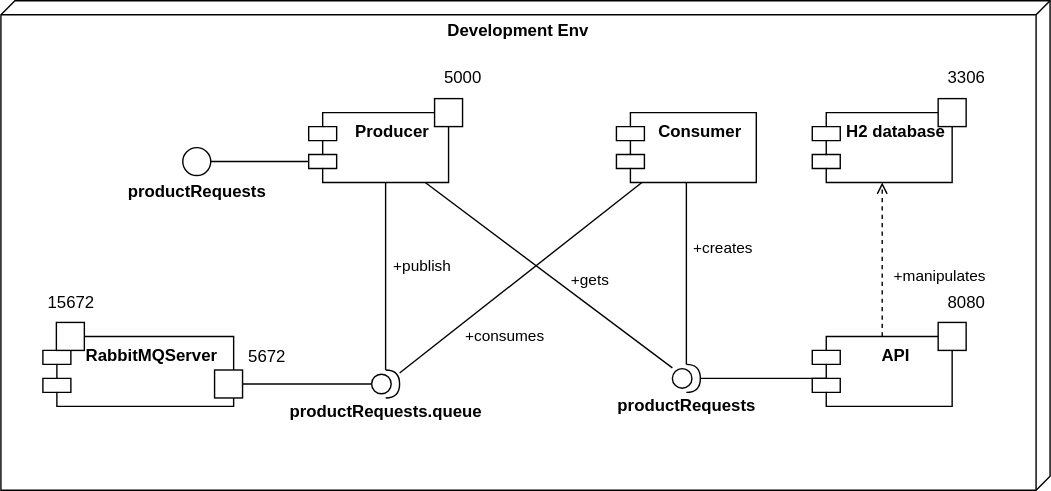
The draw.io diagram aoe/diagrams/sequence_componets_diagrams/diagramas-svg/Componentes.drawio.svg in zahydo/software_engineering_II_lessons, before a commit. Source tidied: cells renumbered, new cells last; positions are measured from the earlier drawing's top-left corner, leaving out a move shared by most shapes. The source it was exported from:
```xml
<mxGraphModel>
  <root>
    <mxCell id="0" />
    <mxCell id="1" parent="0" />
    <mxCell id="2" value="&lt;b&gt;Development Env&lt;/b&gt;" style="verticalAlign=top;align=center;spacingTop=8;spacingLeft=2;spacingRight=12;shape=cube;size=10;direction=south;fontStyle=0;html=1;whiteSpace=wrap;" parent="1" vertex="1">
      <mxGeometry width="750" height="350" as="geometry" />
    </mxCell>
    <mxCell id="3" style="edgeStyle=orthogonalEdgeStyle;rounded=0;jettySize=auto;html=1;endArrow=none;endFill=0;" parent="1" edge="1" source="8" target="17">
      <mxGeometry relative="1" as="geometry">
        <Array as="points">
          <mxPoint x="275" y="190" />
          <mxPoint x="275" y="190" />
        </Array>
      </mxGeometry>
    </mxCell>
    <mxCell id="4" value="+publish" style="edgeLabel;html=1;align=center;verticalAlign=middle;" parent="3" vertex="1">
      <mxGeometry x="0.12" y="-2" relative="1" as="geometry">
        <mxPoint x="23" as="offset" />
      </mxGeometry>
    </mxCell>
    <mxCell id="5" style="edgeStyle=orthogonalEdgeStyle;rounded=0;jettySize=auto;html=1;endArrow=none;endFill=0;" parent="1" edge="1" source="8" target="27">
      <mxGeometry relative="1" as="geometry">
        <Array as="points">
          <mxPoint x="240" y="274" />
          <mxPoint x="240" y="274" />
        </Array>
      </mxGeometry>
    </mxCell>
    <mxCell id="6" style="rounded=0;jettySize=auto;html=1;endArrow=none;endFill=0;" parent="1" edge="1" source="8" target="15">
      <mxGeometry relative="1" as="geometry" />
    </mxCell>
    <mxCell id="7" value="+consumes" style="edgeLabel;html=1;align=center;verticalAlign=middle;" parent="6" vertex="1">
      <mxGeometry x="-0.47" y="2" relative="1" as="geometry">
        <mxPoint x="30" y="11" as="offset" />
      </mxGeometry>
    </mxCell>
    <mxCell id="8" value="&lt;b&gt;productRequests.queue&lt;/b&gt;" style="shape=providedRequiredInterface;html=1;verticalLabelPosition=bottom;sketch=0;" parent="1" vertex="1">
      <mxGeometry x="265" y="264" width="20" height="20" as="geometry" />
    </mxCell>
    <mxCell id="9" style="edgeStyle=orthogonalEdgeStyle;rounded=0;jettySize=auto;html=1;endArrow=none;endFill=0;" parent="1" edge="1" source="14" target="15">
      <mxGeometry relative="1" as="geometry" />
    </mxCell>
    <mxCell id="10" value="+creates" style="edgeLabel;html=1;align=center;verticalAlign=middle;" parent="9" vertex="1">
      <mxGeometry x="0.3" y="-2" relative="1" as="geometry">
        <mxPoint x="23" as="offset" />
      </mxGeometry>
    </mxCell>
    <mxCell id="11" style="edgeStyle=orthogonalEdgeStyle;rounded=0;jettySize=auto;html=1;entryX=0.1;entryY=0.6;entryDx=0;entryDy=0;entryPerimeter=0;endArrow=none;endFill=0;" parent="1" edge="1" source="14" target="23">
      <mxGeometry relative="1" as="geometry" />
    </mxCell>
    <mxCell id="12" style="rounded=0;jettySize=auto;html=1;endArrow=none;endFill=0;" parent="1" edge="1" source="14" target="17">
      <mxGeometry relative="1" as="geometry" />
    </mxCell>
    <mxCell id="13" value="+gets" style="edgeLabel;html=1;align=center;verticalAlign=middle;" parent="12" vertex="1">
      <mxGeometry x="-0.29" y="-1" relative="1" as="geometry">
        <mxPoint x="2" y="-15" as="offset" />
      </mxGeometry>
    </mxCell>
    <mxCell id="14" value="&lt;b&gt;productRequests&lt;/b&gt;" style="shape=providedRequiredInterface;html=1;verticalLabelPosition=bottom;sketch=0;" parent="1" vertex="1">
      <mxGeometry x="480" y="260" width="20" height="20" as="geometry" />
    </mxCell>
    <mxCell id="15" value="&lt;b&gt;Consumer&lt;/b&gt;" style="shape=module;align=left;spacingLeft=20;align=center;verticalAlign=top;whiteSpace=wrap;html=1;gradientColor=none;" parent="1" vertex="1">
      <mxGeometry x="440" y="80" width="100" height="50" as="geometry" />
    </mxCell>
    <mxCell id="16" style="group;" parent="1" vertex="1">
      <mxGeometry x="220" y="70" width="110" height="60" as="geometry" />
    </mxCell>
    <mxCell id="17" value="&lt;b&gt;Producer&lt;/b&gt;" style="shape=module;align=left;spacingLeft=20;align=center;verticalAlign=top;whiteSpace=wrap;html=1;gradientColor=none;" parent="16" vertex="1">
      <mxGeometry y="10" width="100" height="50" as="geometry" />
    </mxCell>
    <mxCell id="18" style="whiteSpace=wrap;html=1;" parent="16" vertex="1">
      <mxGeometry x="90" width="20" height="20" as="geometry" />
    </mxCell>
    <mxCell id="19" style="group;" parent="1" vertex="1">
      <mxGeometry x="580" y="70" width="110" height="60" as="geometry" />
    </mxCell>
    <mxCell id="20" value="&lt;b&gt;H2 database&lt;/b&gt;" style="shape=module;align=left;spacingLeft=20;align=center;verticalAlign=top;whiteSpace=wrap;html=1;gradientColor=none;" parent="19" vertex="1">
      <mxGeometry y="10" width="100" height="50" as="geometry" />
    </mxCell>
    <mxCell id="21" style="whiteSpace=wrap;html=1;" parent="19" vertex="1">
      <mxGeometry x="90" width="20" height="20" as="geometry" />
    </mxCell>
    <mxCell id="22" style="group;" parent="1" vertex="1">
      <mxGeometry x="580" y="230" width="110" height="60" as="geometry" />
    </mxCell>
    <mxCell id="23" value="&lt;b&gt;API&lt;/b&gt;" style="shape=module;align=left;spacingLeft=20;align=center;verticalAlign=top;whiteSpace=wrap;html=1;gradientColor=none;" parent="22" vertex="1">
      <mxGeometry y="10" width="100" height="50" as="geometry" />
    </mxCell>
    <mxCell id="24" style="whiteSpace=wrap;html=1;" parent="22" vertex="1">
      <mxGeometry x="90" width="20" height="20" as="geometry" />
    </mxCell>
    <mxCell id="25" style="group;" parent="1" vertex="1">
      <mxGeometry x="30" y="230" width="150" height="60" as="geometry" />
    </mxCell>
    <mxCell id="26" value="&lt;b&gt;RabbitMQServer&lt;/b&gt;" style="shape=module;align=left;spacingLeft=20;align=center;verticalAlign=top;whiteSpace=wrap;html=1;gradientColor=none;" parent="25" vertex="1">
      <mxGeometry y="10" width="136.4" height="50" as="geometry" />
    </mxCell>
    <mxCell id="27" style="whiteSpace=wrap;html=1;" parent="25" vertex="1">
      <mxGeometry x="122.7" y="34" width="20" height="20" as="geometry" />
    </mxCell>
    <mxCell id="28" style="whiteSpace=wrap;html=1;" parent="25" vertex="1">
      <mxGeometry x="9.6" width="20" height="20" as="geometry" />
    </mxCell>
    <mxCell id="29" style="edgeStyle=orthogonalEdgeStyle;rounded=0;jettySize=auto;html=1;endArrow=none;endFill=0;" parent="1" edge="1" source="33">
      <mxGeometry relative="1" as="geometry">
        <mxPoint x="220" y="115" as="targetPoint" />
      </mxGeometry>
    </mxCell>
    <mxCell id="30" style="edgeStyle=orthogonalEdgeStyle;rounded=0;jettySize=auto;html=1;dashed=1;endArrow=open;endFill=0;" parent="1" edge="1" source="23" target="20">
      <mxGeometry relative="1" as="geometry" />
    </mxCell>
    <mxCell id="31" value="+manipulates" style="edgeLabel;html=1;align=center;verticalAlign=middle;" parent="30" vertex="1">
      <mxGeometry x="-0.19" y="-2" relative="1" as="geometry">
        <mxPoint x="38" as="offset" />
      </mxGeometry>
    </mxCell>
    <mxCell id="32" style="group;" parent="1" vertex="1">
      <mxGeometry x="80" y="105" width="120" height="47" as="geometry" />
    </mxCell>
    <mxCell id="33" style="ellipse;whiteSpace=wrap;html=1;" parent="32" vertex="1">
      <mxGeometry x="50" width="20" height="20" as="geometry" />
    </mxCell>
    <mxCell id="34" value="&lt;b&gt;productRequests&lt;/b&gt;" style="text;html=1;align=center;verticalAlign=middle;strokeColor=none;fillColor=none;" parent="32" vertex="1">
      <mxGeometry y="17" width="120" height="30" as="geometry" />
    </mxCell>
    <mxCell id="35" value="15672" style="text;html=1;align=center;verticalAlign=middle;strokeColor=none;fillColor=none;" parent="1" vertex="1">
      <mxGeometry x="20" y="201" width="60" height="30" as="geometry" />
    </mxCell>
    <mxCell id="36" value="5672" style="text;html=1;align=center;verticalAlign=middle;strokeColor=none;fillColor=none;" parent="1" vertex="1">
      <mxGeometry x="165" y="240" width="50" height="30" as="geometry" />
    </mxCell>
    <mxCell id="37" value="5000" style="text;html=1;align=center;verticalAlign=middle;strokeColor=none;fillColor=none;" parent="1" vertex="1">
      <mxGeometry x="305" y="40" width="50" height="30" as="geometry" />
    </mxCell>
    <mxCell id="38" value="3306" style="text;html=1;align=center;verticalAlign=middle;strokeColor=none;fillColor=none;" parent="1" vertex="1">
      <mxGeometry x="665" y="40" width="50" height="30" as="geometry" />
    </mxCell>
    <mxCell id="39" value="8080" style="text;html=1;align=center;verticalAlign=middle;strokeColor=none;fillColor=none;" parent="1" vertex="1">
      <mxGeometry x="665" y="201" width="50" height="30" as="geometry" />
    </mxCell>
  </root>
</mxGraphModel>
```
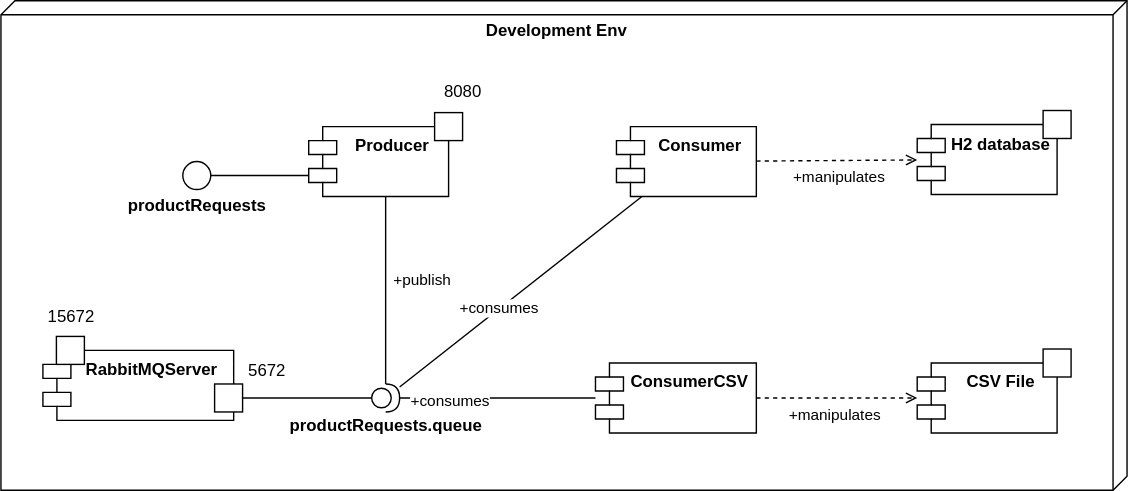
Later version of the same file.

What changed in the source:
```diff
@@ -3,7 +3,7 @@
     <mxCell id="0" />
     <mxCell id="1" parent="0" />
     <mxCell id="2" value="&lt;b&gt;Development Env&lt;/b&gt;" style="verticalAlign=top;align=center;spacingTop=8;spacingLeft=2;spacingRight=12;shape=cube;size=10;direction=south;fontStyle=0;html=1;whiteSpace=wrap;" parent="1" vertex="1">
-      <mxGeometry width="750" height="350" as="geometry" />
+      <mxGeometry y="-10" width="805" height="350" as="geometry" />
     </mxCell>
     <mxCell id="3" style="edgeStyle=orthogonalEdgeStyle;rounded=0;jettySize=auto;html=1;endArrow=none;endFill=0;" parent="1" edge="1" source="8" target="17">
       <mxGeometry relative="1" as="geometry">
@@ -31,34 +31,18 @@
     </mxCell>
     <mxCell id="7" value="+consumes" style="edgeLabel;html=1;align=center;verticalAlign=middle;" parent="6" vertex="1">
       <mxGeometry x="-0.47" y="2" relative="1" as="geometry">
-        <mxPoint x="30" y="11" as="offset" />
+        <mxPoint x="26" y="-19" as="offset" />
       </mxGeometry>
     </mxCell>
+    <mxCell id="40" style="rounded=0;jettySize=auto;html=1;endArrow=none;endFill=0;" parent="1" edge="1" source="8" target="42">
+      <mxGeometry relative="1" as="geometry" />
+    </mxCell>
+    <mxCell id="41" value="+consumes" style="edgeLabel;html=1;align=center;verticalAlign=middle;" parent="40" vertex="1">
+      <mxGeometry x="-0.5" y="-1" relative="1" as="geometry" />
+    </mxCell>
     <mxCell id="8" value="&lt;b&gt;productRequests.queue&lt;/b&gt;" style="shape=providedRequiredInterface;html=1;verticalLabelPosition=bottom;sketch=0;" parent="1" vertex="1">
       <mxGeometry x="265" y="264" width="20" height="20" as="geometry" />
     </mxCell>
-    <mxCell id="9" style="edgeStyle=orthogonalEdgeStyle;rounded=0;jettySize=auto;html=1;endArrow=none;endFill=0;" parent="1" edge="1" source="14" target="15">
-      <mxGeometry relative="1" as="geometry" />
-    </mxCell>
-    <mxCell id="10" value="+creates" style="edgeLabel;html=1;align=center;verticalAlign=middle;" parent="9" vertex="1">
-      <mxGeometry x="0.3" y="-2" relative="1" as="geometry">
-        <mxPoint x="23" as="offset" />
-      </mxGeometry>
-    </mxCell>
-    <mxCell id="11" style="edgeStyle=orthogonalEdgeStyle;rounded=0;jettySize=auto;html=1;entryX=0.1;entryY=0.6;entryDx=0;entryDy=0;entryPerimeter=0;endArrow=none;endFill=0;" parent="1" edge="1" source="14" target="23">
-      <mxGeometry relative="1" as="geometry" />
-    </mxCell>
-    <mxCell id="12" style="rounded=0;jettySize=auto;html=1;endArrow=none;endFill=0;" parent="1" edge="1" source="14" target="17">
-      <mxGeometry relative="1" as="geometry" />
-    </mxCell>
-    <mxCell id="13" value="+gets" style="edgeLabel;html=1;align=center;verticalAlign=middle;" parent="12" vertex="1">
-      <mxGeometry x="-0.29" y="-1" relative="1" as="geometry">
-        <mxPoint x="2" y="-15" as="offset" />
-      </mxGeometry>
-    </mxCell>
-    <mxCell id="14" value="&lt;b&gt;productRequests&lt;/b&gt;" style="shape=providedRequiredInterface;html=1;verticalLabelPosition=bottom;sketch=0;" parent="1" vertex="1">
-      <mxGeometry x="480" y="260" width="20" height="20" as="geometry" />
-    </mxCell>
     <mxCell id="15" value="&lt;b&gt;Consumer&lt;/b&gt;" style="shape=module;align=left;spacingLeft=20;align=center;verticalAlign=top;whiteSpace=wrap;html=1;gradientColor=none;" parent="1" vertex="1">
       <mxGeometry x="440" y="80" width="100" height="50" as="geometry" />
     </mxCell>
@@ -71,24 +55,6 @@
     <mxCell id="18" style="whiteSpace=wrap;html=1;" parent="16" vertex="1">
       <mxGeometry x="90" width="20" height="20" as="geometry" />
     </mxCell>
-    <mxCell id="19" style="group;" parent="1" vertex="1">
-      <mxGeometry x="580" y="70" width="110" height="60" as="geometry" />
-    </mxCell>
-    <mxCell id="20" value="&lt;b&gt;H2 database&lt;/b&gt;" style="shape=module;align=left;spacingLeft=20;align=center;verticalAlign=top;whiteSpace=wrap;html=1;gradientColor=none;" parent="19" vertex="1">
-      <mxGeometry y="10" width="100" height="50" as="geometry" />
-    </mxCell>
-    <mxCell id="21" style="whiteSpace=wrap;html=1;" parent="19" vertex="1">
-      <mxGeometry x="90" width="20" height="20" as="geometry" />
-    </mxCell>
-    <mxCell id="22" style="group;" parent="1" vertex="1">
-      <mxGeometry x="580" y="230" width="110" height="60" as="geometry" />
-    </mxCell>
-    <mxCell id="23" value="&lt;b&gt;API&lt;/b&gt;" style="shape=module;align=left;spacingLeft=20;align=center;verticalAlign=top;whiteSpace=wrap;html=1;gradientColor=none;" parent="22" vertex="1">
-      <mxGeometry y="10" width="100" height="50" as="geometry" />
-    </mxCell>
-    <mxCell id="24" style="whiteSpace=wrap;html=1;" parent="22" vertex="1">
-      <mxGeometry x="90" width="20" height="20" as="geometry" />
-    </mxCell>
     <mxCell id="25" style="group;" parent="1" vertex="1">
       <mxGeometry x="30" y="230" width="150" height="60" as="geometry" />
     </mxCell>
@@ -106,12 +72,12 @@
         <mxPoint x="220" y="115" as="targetPoint" />
       </mxGeometry>
     </mxCell>
-    <mxCell id="30" style="edgeStyle=orthogonalEdgeStyle;rounded=0;jettySize=auto;html=1;dashed=1;endArrow=open;endFill=0;" parent="1" edge="1" source="23" target="20">
+    <mxCell id="30" style="rounded=0;jettySize=auto;html=1;dashed=1;endArrow=open;endFill=0;" parent="1" edge="1" source="15" target="20">
       <mxGeometry relative="1" as="geometry" />
     </mxCell>
     <mxCell id="31" value="+manipulates" style="edgeLabel;html=1;align=center;verticalAlign=middle;" parent="30" vertex="1">
       <mxGeometry x="-0.19" y="-2" relative="1" as="geometry">
-        <mxPoint x="38" as="offset" />
+        <mxPoint x="12" y="9" as="offset" />
       </mxGeometry>
     </mxCell>
     <mxCell id="32" style="group;" parent="1" vertex="1">
@@ -129,14 +95,43 @@
     <mxCell id="36" value="5672" style="text;html=1;align=center;verticalAlign=middle;strokeColor=none;fillColor=none;" parent="1" vertex="1">
       <mxGeometry x="165" y="240" width="50" height="30" as="geometry" />
     </mxCell>
-    <mxCell id="37" value="5000" style="text;html=1;align=center;verticalAlign=middle;strokeColor=none;fillColor=none;" parent="1" vertex="1">
+    <mxCell id="37" value="8080" style="text;html=1;align=center;verticalAlign=middle;strokeColor=none;fillColor=none;" parent="1" vertex="1">
       <mxGeometry x="305" y="40" width="50" height="30" as="geometry" />
     </mxCell>
-    <mxCell id="38" value="3306" style="text;html=1;align=center;verticalAlign=middle;strokeColor=none;fillColor=none;" parent="1" vertex="1">
-      <mxGeometry x="665" y="40" width="50" height="30" as="geometry" />
-    </mxCell>
-    <mxCell id="39" value="8080" style="text;html=1;align=center;verticalAlign=middle;strokeColor=none;fillColor=none;" parent="1" vertex="1">
-      <mxGeometry x="665" y="201" width="50" height="30" as="geometry" />
-    </mxCell>
+    <mxCell id="42" value="&lt;b&gt;ConsumerCSV&lt;/b&gt;" style="shape=module;align=left;spacingLeft=20;align=center;verticalAlign=top;whiteSpace=wrap;html=1;gradientColor=none;" parent="1" vertex="1">
+      <mxGeometry x="425" y="249" width="115" height="50" as="geometry" />
+    </mxCell>
+    <mxCell id="43" style="group;" parent="1" vertex="1">
+      <mxGeometry x="655" y="40" width="140" height="88.5" as="geometry" />
+    </mxCell>
+    <mxCell id="19" style="group;" parent="43" vertex="1">
+      <mxGeometry y="28.5" width="110" height="60" as="geometry" />
+    </mxCell>
+    <mxCell id="20" value="&lt;b&gt;H2 database&lt;/b&gt;" style="shape=module;align=left;spacingLeft=20;align=center;verticalAlign=top;whiteSpace=wrap;html=1;gradientColor=none;" parent="19" vertex="1">
+      <mxGeometry y="10" width="100" height="50" as="geometry" />
+    </mxCell>
+    <mxCell id="21" style="whiteSpace=wrap;html=1;" parent="19" vertex="1">
+      <mxGeometry x="90" width="20" height="20" as="geometry" />
+    </mxCell>
+    <mxCell id="44" style="group;" parent="1" vertex="1">
+      <mxGeometry x="655" y="210.5" width="140" height="88.5" as="geometry" />
+    </mxCell>
+    <mxCell id="45" style="group;" parent="44" vertex="1">
+      <mxGeometry y="28.5" width="110" height="60" as="geometry" />
+    </mxCell>
+    <mxCell id="46" value="&lt;b&gt;CSV File&lt;/b&gt;" style="shape=module;align=left;spacingLeft=20;align=center;verticalAlign=top;whiteSpace=wrap;html=1;gradientColor=none;" parent="45" vertex="1">
+      <mxGeometry y="10" width="100" height="50" as="geometry" />
+    </mxCell>
+    <mxCell id="24" style="whiteSpace=wrap;html=1;" parent="45" vertex="1">
+      <mxGeometry x="90" width="20" height="20" as="geometry" />
+    </mxCell>
+    <mxCell id="47" style="rounded=0;jettySize=auto;html=1;dashed=1;endArrow=open;endFill=0;" parent="1" edge="1" source="42" target="46">
+      <mxGeometry relative="1" as="geometry" />
+    </mxCell>
+    <mxCell id="48" value="+manipulates" style="edgeLabel;html=1;align=center;verticalAlign=middle;" parent="47" vertex="1">
+      <mxGeometry x="-0.19" y="-2" relative="1" as="geometry">
+        <mxPoint x="9" y="9" as="offset" />
+      </mxGeometry>
+    </mxCell>
   </root>
 </mxGraphModel>
```
